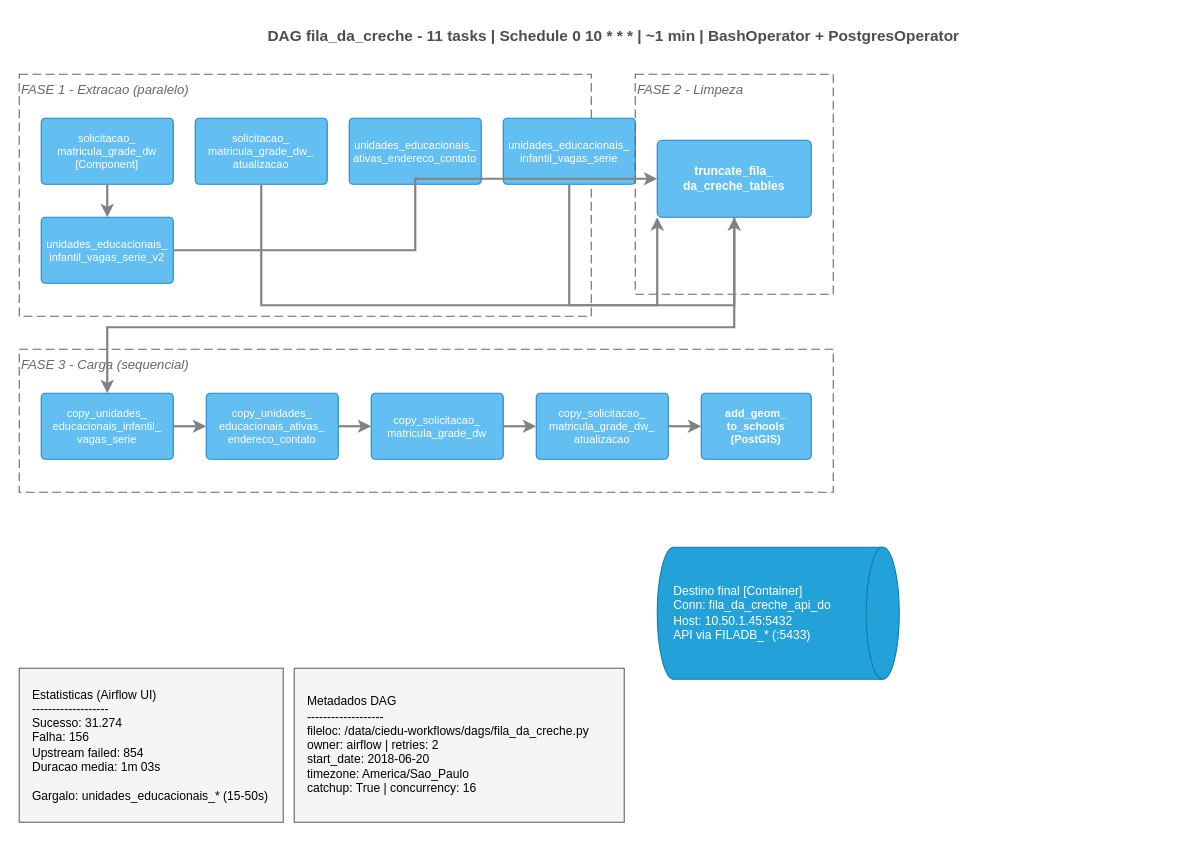
The draw.io diagram page "ARFLOW- Dag Fila da Creche" (3 of 8) of diagramas/drawio/ARQUITETURA - VAGA NA CRECHE - C4.drawio in ronaldorobledo1902/VaganaCreche, before the edit. Source tidied: cells renumbered, new cells numbered last; positions are measured from the earlier drawing's top-left corner, leaving out a move shared by most shapes. Both pictures are drawn from the tidied source at 110%, with x=0, y=0 at pixel (19, 19).
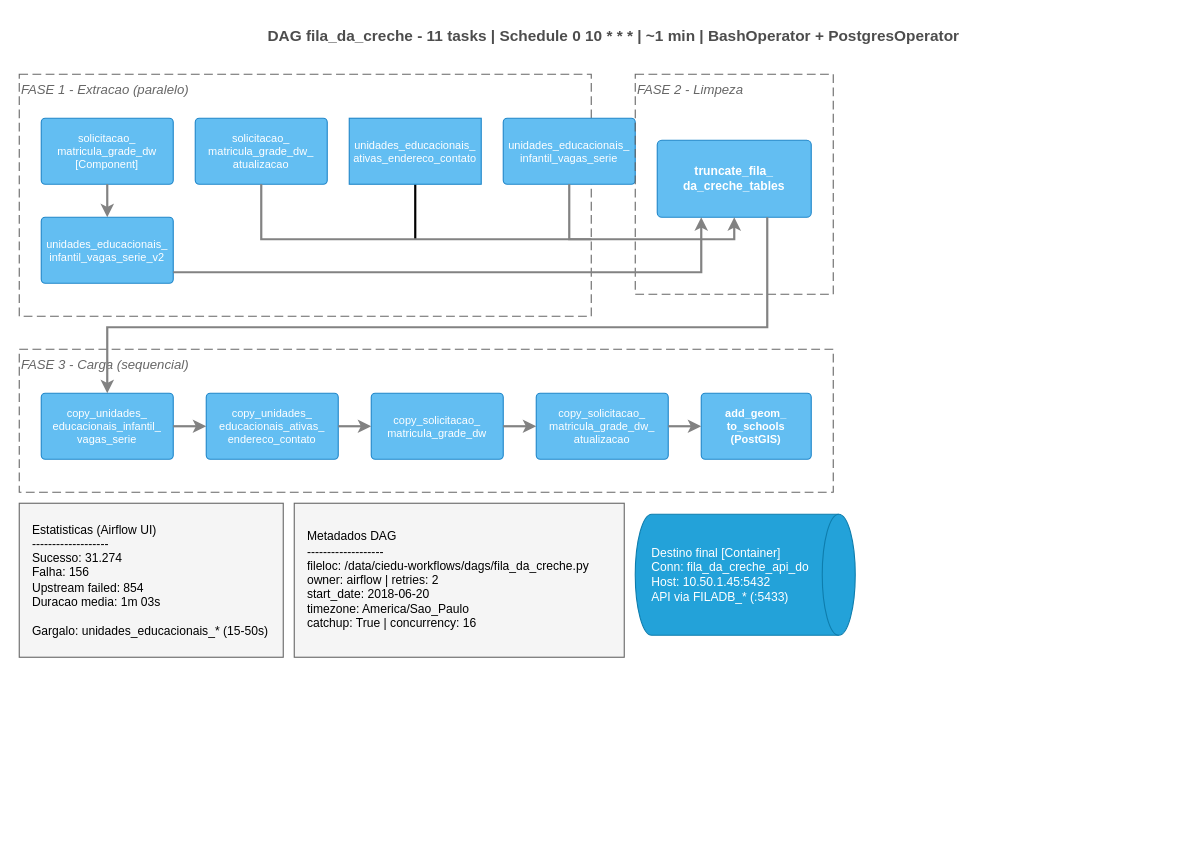
After the change.

Unchanged cells that the change refers to:
```xml
<mxCell id="5" value="solicitacao_&#10;matricula_grade_dw_&#10;atualizacao" style="rounded=1;whiteSpace=wrap;html=1;fillColor=#63BEF2;fontColor=#ffffff;align=center;arcSize=6;strokeColor=#2086C9;fontSize=10;" parent="1" vertex="1">
  <mxGeometry x="160" y="90" width="120" height="60" as="geometry" />
</mxCell>
<mxCell id="7" value="unidades_educacionais_&#10;infantil_vagas_serie" style="rounded=1;whiteSpace=wrap;html=1;fillColor=#63BEF2;fontColor=#ffffff;align=center;arcSize=6;strokeColor=#2086C9;fontSize=10;" parent="1" vertex="1">
  <mxGeometry x="440" y="90" width="120" height="60" as="geometry" />
</mxCell>
<mxCell id="8" value="unidades_educacionais_&#10;infantil_vagas_serie_v2" style="rounded=1;whiteSpace=wrap;html=1;fillColor=#63BEF2;fontColor=#ffffff;align=center;arcSize=6;strokeColor=#2086C9;fontSize=10;" parent="1" vertex="1">
  <mxGeometry x="20" y="180" width="120" height="60" as="geometry" />
</mxCell>
<mxCell id="10" value="truncate_fila_&#10;da_creche_tables" style="rounded=1;whiteSpace=wrap;html=1;fillColor=#63BEF2;fontColor=#ffffff;align=center;arcSize=6;strokeColor=#2086C9;fontSize=11;fontStyle=1;" parent="1" vertex="1">
  <mxGeometry x="580" y="110" width="140" height="70" as="geometry" />
</mxCell>
<mxCell id="12" value="copy_unidades_&#10;educacionais_infantil_&#10;vagas_serie" style="rounded=1;whiteSpace=wrap;html=1;fillColor=#63BEF2;fontColor=#ffffff;align=center;arcSize=6;strokeColor=#2086C9;fontSize=10;" parent="1" vertex="1">
  <mxGeometry x="20" y="340" width="120" height="60" as="geometry" />
</mxCell>
```

What changed in the source:
```diff
@@
+    <mxCell id="29" style="edgeStyle=none;shape=wire;rounded=0;jettySize=auto;html=1;exitX=0.5;exitY=1;exitDx=0;exitDy=0;endArrow=none;endFill=0;strokeWidth=2;" parent="1" edge="1" source="6">
+      <mxGeometry relative="1" as="geometry">
+        <mxPoint x="360" y="200" as="targetPoint" />
+      </mxGeometry>
+    </mxCell>
-    <mxCell id="6" value="unidades_educacionais_&#10;ativas_endereco_contato" style="rounded=1;whiteSpace=wrap;html=1;fillColor=#63BEF2;fontColor=#ffffff;align=center;arcSize=6;strokeColor=#2086C9;fontSize=10;" parent="1" vertex="1">
+    <mxCell id="6" value="unidades_educacionais_&#10;ativas_endereco_contato" style="rounded=1;whiteSpace=wrap;html=1;fillColor=#63BEF2;fontColor=#ffffff;align=center;arcSize=0;strokeColor=#2086C9;fontSize=10;" parent="1" vertex="1">
       <mxGeometry x="300" y="90" width="120" height="60" as="geometry" />
     </mxCell>
@@
     <mxCell id="17" value="Estatisticas (Airflow UI)&#10;-------------------&#10;Sucesso: 31.274&#10;Falha: 156&#10;Upstream failed: 854&#10;Duracao media: 1m 03s&#10;&#10;Gargalo: unidades_educacionais_* (15-50s)" style="rounded=0;whiteSpace=wrap;html=1;fillColor=#F5F5F5;strokeColor=#666666;align=left;spacingLeft=10;fontSize=11;" parent="1" vertex="1">
-      <mxGeometry y="590" width="240" height="140" as="geometry" />
+      <mxGeometry y="440" width="240" height="140" as="geometry" />
     </mxCell>
     <mxCell id="18" value="Metadados DAG&#10;-------------------&#10;fileloc: /data/ciedu-workflows/dags/fila_da_creche.py&#10;owner: airflow | retries: 2&#10;start_date: 2018-06-20&#10;timezone: America/Sao_Paulo&#10;catchup: True | concurrency: 16" style="rounded=0;whiteSpace=wrap;html=1;fillColor=#F5F5F5;strokeColor=#666666;align=left;spacingLeft=10;fontSize=11;" parent="1" vertex="1">
-      <mxGeometry x="250" y="590" width="300" height="140" as="geometry" />
+      <mxGeometry x="250" y="440" width="300" height="140" as="geometry" />
     </mxCell>
     <mxCell id="19" value="Destino final [Container]&#10;Conn: fila_da_creche_api_do&#10;Host: 10.50.1.45:5432&#10;API via FILADB_* (:5433)" style="shape=cylinder3;size=15;direction=south;whiteSpace=wrap;html=1;boundedLbl=1;fillColor=#23A2D9;fontColor=#ffffff;align=left;spacingLeft=8;strokeColor=#0E7DAD;fontSize=11;" parent="1" vertex="1">
-      <mxGeometry x="580" y="480" width="220" height="120" as="geometry" />
+      <mxGeometry x="560" y="450" width="200" height="110" as="geometry" />
     </mxCell>
@@
     <mxCell id="21" style="edgeStyle=orthogonalEdgeStyle;rounded=0;html=1;strokeWidth=2;strokeColor=#828282;endArrow=classic;" parent="1" edge="1" source="5" target="10">
       <mxGeometry relative="1" as="geometry">
         <Array as="points">
-          <mxPoint x="220" y="260" />
+          <mxPoint x="220" y="200" />
+          <mxPoint x="650" y="200" />
         </Array>
       </mxGeometry>
     </mxCell>
-    <mxCell id="22" style="edgeStyle=orthogonalEdgeStyle;rounded=0;html=1;strokeWidth=2;strokeColor=#828282;endArrow=classic;entryX=0;entryY=1;entryDx=0;entryDy=0;" parent="1" edge="1" source="7" target="10">
+    <mxCell id="22" style="edgeStyle=orthogonalEdgeStyle;rounded=0;html=1;strokeWidth=2;strokeColor=#828282;endArrow=none;curved=0;startArrow=none;startFill=0;endFill=0;" parent="1" edge="1" source="7">
       <mxGeometry relative="1" as="geometry">
+        <mxPoint x="520" y="200" as="targetPoint" />
         <Array as="points">
-          <mxPoint x="500" y="260" />
+          <mxPoint x="500" y="200" />
         </Array>
       </mxGeometry>
     </mxCell>
     <mxCell id="23" style="edgeStyle=orthogonalEdgeStyle;rounded=0;html=1;strokeWidth=2;strokeColor=#828282;endArrow=classic;" parent="1" edge="1" source="8" target="10">
-      <mxGeometry relative="1" as="geometry" />
+      <mxGeometry relative="1" as="geometry">
+        <Array as="points">
+          <mxPoint x="620" y="230" />
+        </Array>
+      </mxGeometry>
     </mxCell>
     <mxCell id="24" style="edgeStyle=orthogonalEdgeStyle;rounded=0;html=1;strokeWidth=2;strokeColor=#828282;endArrow=classic;" parent="1" edge="1" source="10" target="12">
       <mxGeometry relative="1" as="geometry">
         <Array as="points">
-          <mxPoint x="650" y="280" />
+          <mxPoint x="680" y="280" />
           <mxPoint x="80" y="280" />
         </Array>
       </mxGeometry>
     </mxCell>
```
